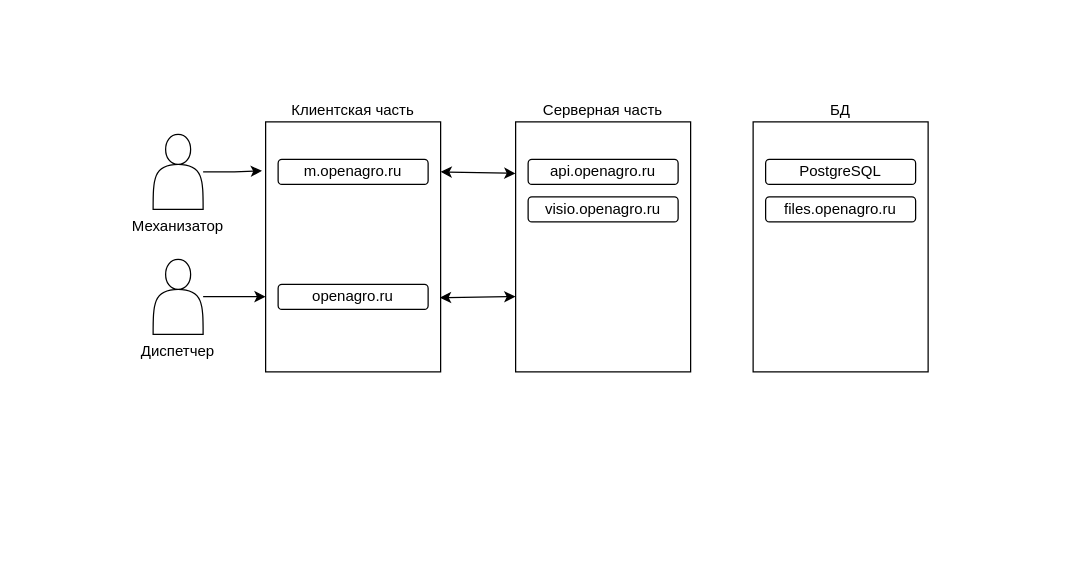
The draw.io diagram Диаграмма без названия.drawio in Ardbot/Open_Agro_microservice, before the edit. Source tidied: cells renumbered, new cells numbered last; positions are measured from the earlier drawing's top-left corner, leaving out a move shared by most shapes. Both pictures are drawn from the tidied source at 125%, with x=0, y=0 at pixel (152, 121).
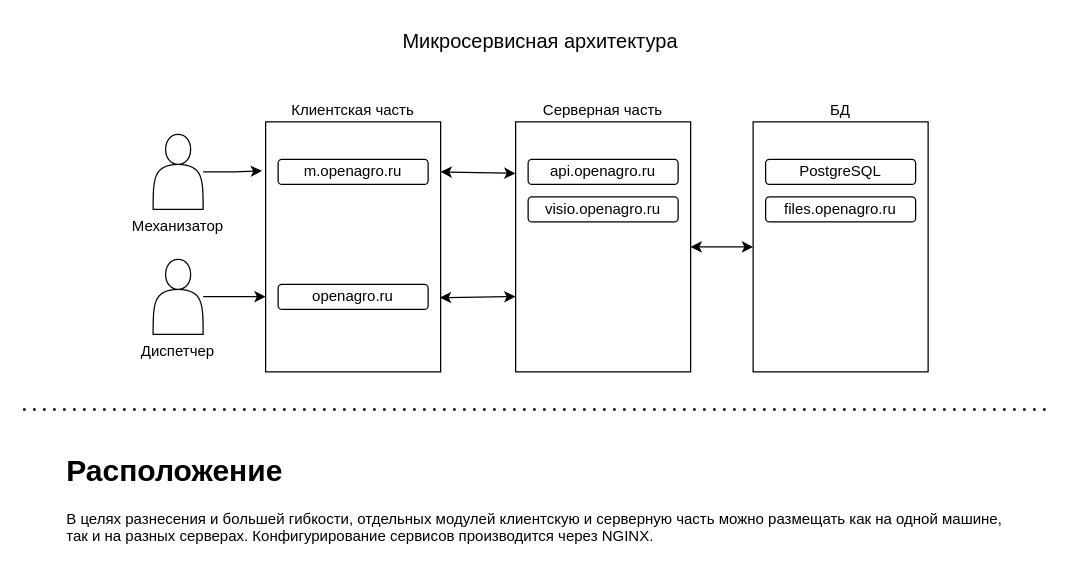
Above is the later version.

Commit message:
Обновление Общей схемы микросерисов

The change refers to these unchanged cells:
```xml
<mxCell id="9" value="Серверная часть" style="rounded=0;whiteSpace=wrap;html=1;labelPosition=center;verticalLabelPosition=top;align=center;verticalAlign=bottom;" parent="1" vertex="1">
  <mxGeometry x="290" width="140" height="200" as="geometry" />
</mxCell>
<mxCell id="13" value="БД" style="rounded=0;whiteSpace=wrap;html=1;labelPosition=center;verticalLabelPosition=top;align=center;verticalAlign=bottom;" parent="1" vertex="1">
  <mxGeometry x="480" width="140" height="200" as="geometry" />
</mxCell>
```

Diff of the diagram source:
```diff
@@
+    <mxCell id="17" style="endArrow=classic;startArrow=classic;html=1;rounded=0;entryX=0;entryY=0.5;entryDx=0;entryDy=0;exitX=1;exitY=0.5;exitDx=0;exitDy=0;" parent="1" edge="1" source="9" target="13">
+      <mxGeometry relative="1" as="geometry" />
+    </mxCell>
+    <mxCell id="18" value="Микросервисная архитектура" style="text;html=1;strokeColor=none;fillColor=none;align=center;verticalAlign=middle;whiteSpace=wrap;rounded=0;fontSize=16;" parent="1" vertex="1">
+      <mxGeometry x="170" y="-80" width="280" height="30" as="geometry" />
+    </mxCell>
+    <mxCell id="19" value="&lt;h1&gt;Расположение&lt;/h1&gt;&lt;p&gt;В целях разнесения и большей гибкости, отдельных модулей клиентскую и серверную часть можно размещать как на одной машине, так и на разных cерверах. Конфигурирование сервисов производится через NGINX.&lt;/p&gt;" style="text;html=1;strokeColor=none;fillColor=none;spacing=5;spacingTop=-20;whiteSpace=wrap;overflow=hidden;rounded=0;" parent="1" vertex="1">
+      <mxGeometry x="-74" y="260" width="770" height="90" as="geometry" />
+    </mxCell>
+    <mxCell id="20" style="endArrow=none;dashed=1;html=1;dashPattern=1 3;strokeWidth=2;rounded=0;" parent="1" edge="1">
+      <mxGeometry relative="1" as="geometry">
+        <mxPoint x="-104" y="230" as="sourcePoint" />
+        <mxPoint x="716" y="230" as="targetPoint" />
+      </mxGeometry>
+    </mxCell>
```
